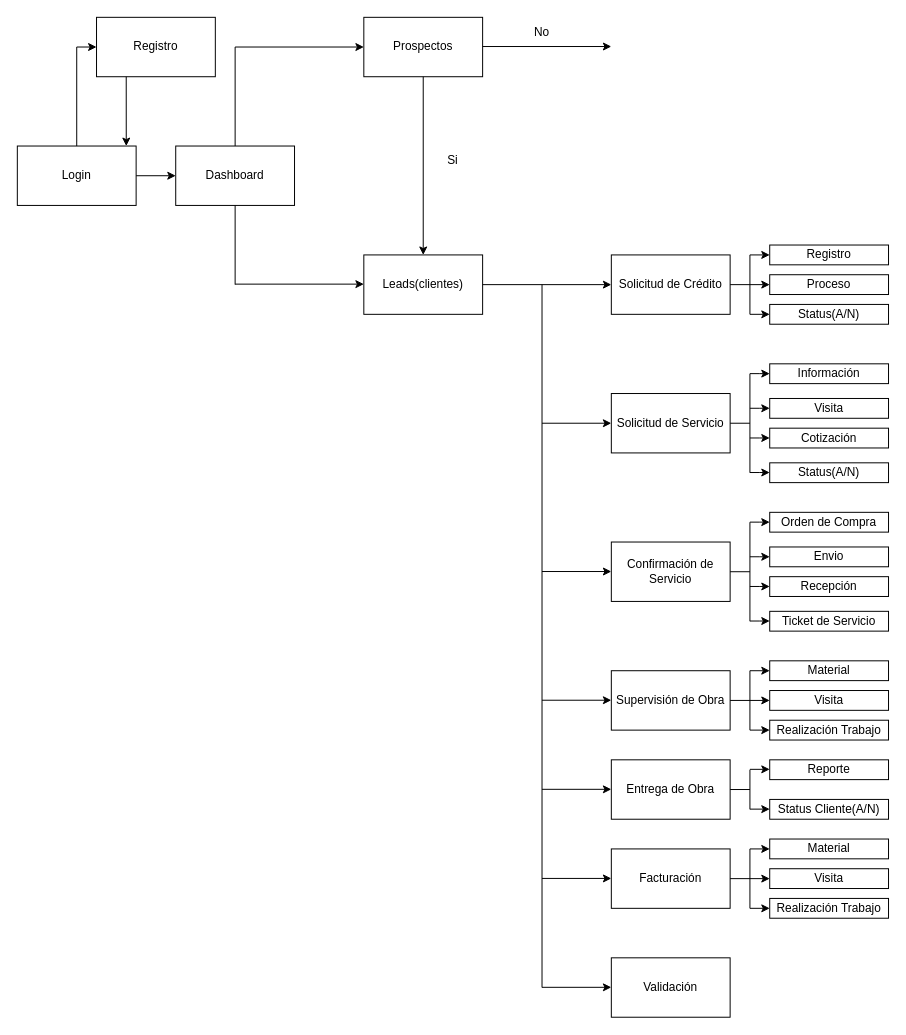
The draw.io diagram routes.drawio in crpacheco33/backend-inein, before the edit. Source tidied: cells renumbered, new cells numbered last; positions are measured from the earlier drawing's top-left corner, leaving out a move shared by most shapes. Both pictures are drawn from the tidied source at 99%, with x=0, y=0 at pixel (17, 17).
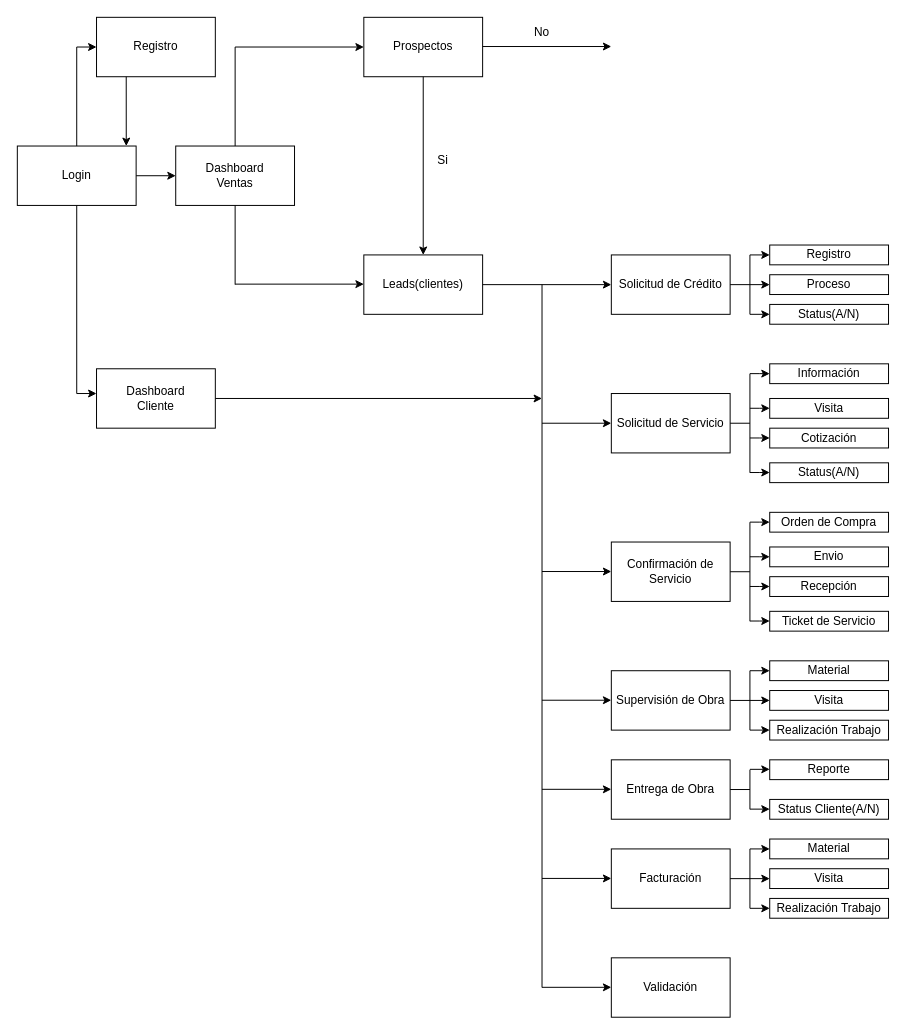
The same diagram, later.

Unchanged cells that the change refers to:
```xml
<mxCell id="2" value="Login" style="rounded=0;whiteSpace=wrap;html=1;" parent="1" vertex="1">
  <mxGeometry y="130" width="120" height="60" as="geometry" />
</mxCell>
```

What changed in the source:
```diff
@@
-    <mxCell id="8" value="Dashboard" style="rounded=0;whiteSpace=wrap;html=1;" parent="1" vertex="1">
+    <mxCell id="8" value="Dashboard&lt;br&gt;Ventas" style="rounded=0;whiteSpace=wrap;html=1;" parent="1" vertex="1">
       <mxGeometry x="160" y="130" width="120" height="60" as="geometry" />
     </mxCell>
@@
     <mxCell id="16" value="Si" style="text;html=1;strokeColor=none;fillColor=none;align=center;verticalAlign=middle;whiteSpace=wrap;rounded=0;" parent="1" vertex="1">
-      <mxGeometry x="410" y="130" width="60" height="30" as="geometry" />
+      <mxGeometry x="400" y="130" width="60" height="30" as="geometry" />
     </mxCell>
@@
+    <mxCell id="81" value="Dashboard&lt;br&gt;Cliente" style="rounded=0;whiteSpace=wrap;html=1;" parent="1" vertex="1">
+      <mxGeometry x="80" y="355" width="120" height="60" as="geometry" />
+    </mxCell>
+    <mxCell id="82" style="endArrow=none;html=1;rounded=0;entryX=0.5;entryY=1;entryDx=0;entryDy=0;" parent="1" edge="1" target="2">
+      <mxGeometry relative="1" as="geometry">
+        <mxPoint x="60" y="380" as="sourcePoint" />
+      </mxGeometry>
+    </mxCell>
+    <mxCell id="83" style="endArrow=classic;html=1;rounded=0;entryX=0;entryY=0.5;entryDx=0;entryDy=0;" parent="1" edge="1">
+      <mxGeometry relative="1" as="geometry">
+        <mxPoint x="60" y="380" as="sourcePoint" />
+        <mxPoint x="80" y="380" as="targetPoint" />
+      </mxGeometry>
+    </mxCell>
+    <mxCell id="84" style="endArrow=classic;html=1;rounded=0;exitX=1;exitY=0.5;exitDx=0;exitDy=0;" parent="1" edge="1" source="81">
+      <mxGeometry relative="1" as="geometry">
+        <mxPoint x="530" y="385" as="targetPoint" />
+      </mxGeometry>
+    </mxCell>
```
